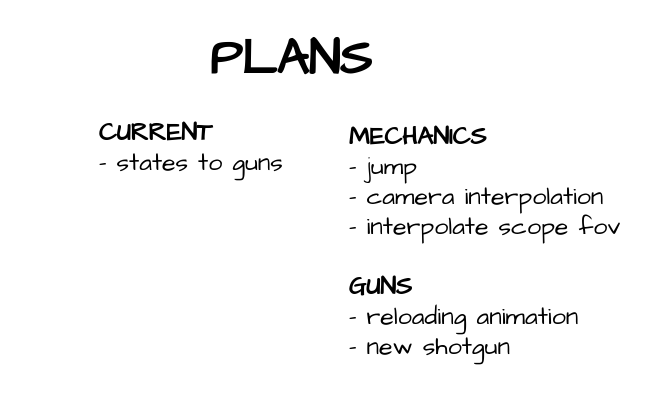
Above: plans.drawio in HasChad/bevy-shooting-range (draw.io), before the change. Source tidied: cells renumbered, new cells numbered last; positions are measured from the earlier drawing's top-left corner, leaving out a move shared by most shapes. Both pictures are drawn from the tidied source at 125%, with x=0, y=0 at pixel (96, 21).
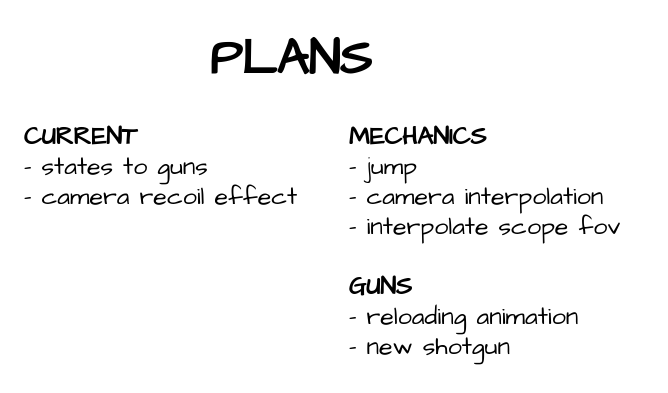
Above is the later version.

Commit message (it also covers changes not shown here):
- added basic camera shake and recoil - added authors in Cargo.toml - updated plans

Change to the diagram source:
```diff
@@
 <mxGraphModel>
   <root>
     <mxCell id="0" />
     <mxCell id="1" parent="0" />
     <mxCell id="2" value="&lt;b&gt;MECHANICS&lt;/b&gt;&lt;br&gt;- jump&lt;br&gt;- camera interpolation&lt;br&gt;- interpolate scope fov&lt;br&gt;&lt;br&gt;&lt;b&gt;GUNS&lt;br&gt;&lt;/b&gt;- reloading animation&lt;br&gt;- new shotgun" style="text;html=1;align=left;verticalAlign=middle;strokeColor=none;fillColor=none;fontSize=20;fontFamily=Architects Daughter;sketch=1;hachureGap=4;jiggle=2;curveFitting=1;" parent="1" vertex="1">
       <mxGeometry x="200" y="70" width="240" height="210" as="geometry" />
     </mxCell>
-    <mxCell id="3" value="&lt;b&gt;CURRENT&lt;br&gt;&lt;/b&gt;- states to guns&lt;b&gt;&lt;br&gt;&lt;/b&gt;" style="text;html=1;align=left;verticalAlign=middle;strokeColor=none;fillColor=none;fontSize=20;fontFamily=Architects Daughter;sketch=1;hachureGap=4;jiggle=2;curveFitting=1;" parent="1" vertex="1">
-      <mxGeometry y="70" width="170" height="60" as="geometry" />
+    <mxCell id="3" value="&lt;b&gt;CURRENT&lt;/b&gt;&lt;br&gt;- states to guns&lt;br&gt;- camera recoil effect" style="text;html=1;align=left;verticalAlign=middle;strokeColor=none;fillColor=none;fontSize=20;fontFamily=Architects Daughter;sketch=1;hachureGap=4;jiggle=2;curveFitting=1;" parent="1" vertex="1">
+      <mxGeometry x="-60" y="70" width="240" height="90" as="geometry" />
     </mxCell>
     <mxCell id="4" value="&lt;b&gt;&lt;font style=&quot;font-size: 40px;&quot;&gt;PLANS&lt;/font&gt;&lt;/b&gt;" style="text;html=1;align=center;verticalAlign=middle;strokeColor=none;fillColor=none;fontSize=20;fontFamily=Architects Daughter;sketch=1;hachureGap=4;jiggle=2;curveFitting=1;" parent="1" vertex="1">
       <mxGeometry x="80" width="150" height="60" as="geometry" />
     </mxCell>
   </root>
 </mxGraphModel>
```
